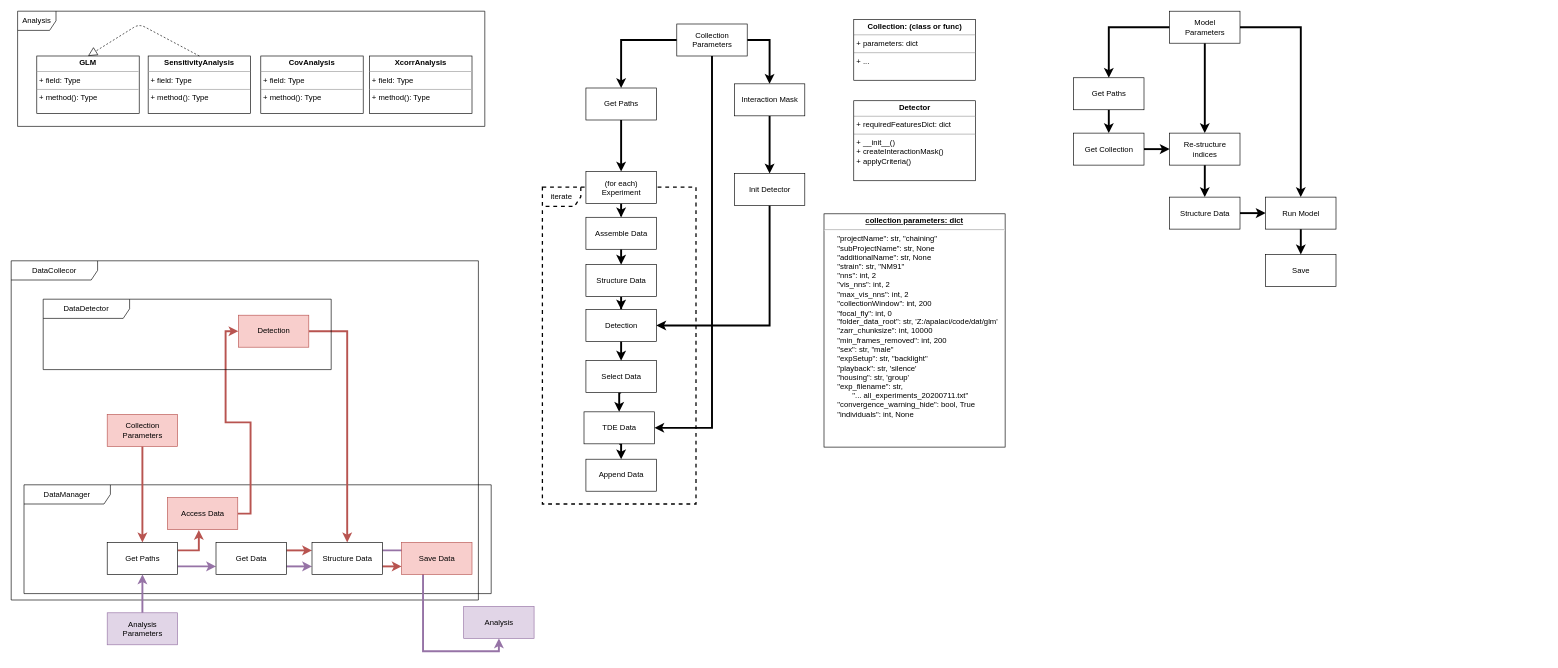
adpala/sandbox keeps this draw.io diagram as new_organization.drawio. Above is the earlier version. Source tidied: cells renumbered, new cells numbered last; positions are measured from the earlier drawing's top-left corner, leaving out a move shared by most shapes. Both pictures are drawn from the tidied source at 64%, with x=0, y=0 at pixel (11, 11).
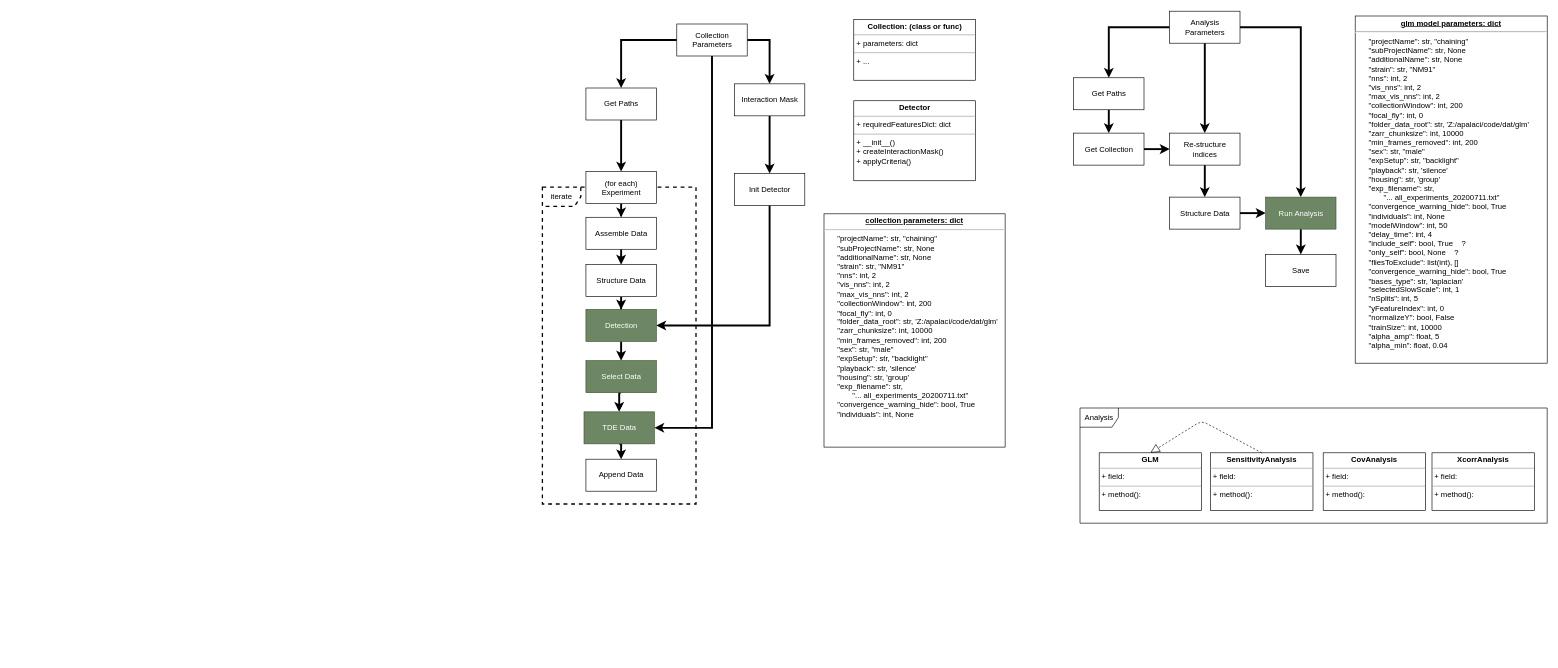
Above is the later version.

Diff of the diagram source:
```diff
@@
-    <mxCell id="3" value="DataCollecor" style="shape=umlFrame;whiteSpace=wrap;html=1;width=135;height=30;" parent="1" vertex="1">
-      <mxGeometry y="390" width="730" height="530" as="geometry" />
-    </mxCell>
-    <mxCell id="4" value="DataManager" style="shape=umlFrame;whiteSpace=wrap;html=1;width=135;height=30;" parent="1" vertex="1">
-      <mxGeometry x="20" y="740" width="730" height="170" as="geometry" />
-    </mxCell>
     <mxCell id="5" value="Analysis" style="shape=umlFrame;whiteSpace=wrap;html=1;" parent="1" vertex="1">
-      <mxGeometry x="10" width="730" height="180" as="geometry" />
+      <mxGeometry x="1670" y="620" width="730" height="180" as="geometry" />
     </mxCell>
-    <mxCell id="6" value="&lt;p style=&quot;margin: 0px ; margin-top: 4px ; text-align: center&quot;&gt;&lt;b&gt;GLM&lt;br&gt;&lt;/b&gt;&lt;/p&gt;&lt;hr size=&quot;1&quot;&gt;&lt;p style=&quot;margin: 0px ; margin-left: 4px&quot;&gt;+ field: Type&lt;/p&gt;&lt;hr size=&quot;1&quot;&gt;&lt;p style=&quot;margin: 0px ; margin-left: 4px&quot;&gt;+ method(): Type&lt;/p&gt;" style="verticalAlign=top;align=left;overflow=fill;fontSize=12;fontFamily=Helvetica;html=1;" parent="1" vertex="1">
-      <mxGeometry x="40" y="70" width="160" height="90" as="geometry" />
+    <mxCell id="6" value="&lt;p style=&quot;margin: 0px ; margin-top: 4px ; text-align: center&quot;&gt;&lt;b&gt;GLM&lt;br&gt;&lt;/b&gt;&lt;/p&gt;&lt;hr size=&quot;1&quot;&gt;&lt;p style=&quot;margin: 0px ; margin-left: 4px&quot;&gt;+ field: &lt;br&gt;&lt;/p&gt;&lt;hr size=&quot;1&quot;&gt;&lt;p style=&quot;margin: 0px ; margin-left: 4px&quot;&gt;+ method(): &lt;br&gt;&lt;/p&gt;" style="verticalAlign=top;align=left;overflow=fill;fontSize=12;fontFamily=Helvetica;html=1;" parent="1" vertex="1">
+      <mxGeometry x="1700" y="690" width="160" height="90" as="geometry" />
     </mxCell>
-    <mxCell id="7" value="&lt;p style=&quot;margin: 0px ; margin-top: 4px ; text-align: center&quot;&gt;&lt;b&gt;SensitivityAnalysis&lt;br&gt;&lt;/b&gt;&lt;/p&gt;&lt;hr size=&quot;1&quot;&gt;&lt;p style=&quot;margin: 0px ; margin-left: 4px&quot;&gt;+ field: Type&lt;/p&gt;&lt;hr size=&quot;1&quot;&gt;&lt;p style=&quot;margin: 0px ; margin-left: 4px&quot;&gt;+ method(): Type&lt;/p&gt;" style="verticalAlign=top;align=left;overflow=fill;fontSize=12;fontFamily=Helvetica;html=1;" parent="1" vertex="1">
-      <mxGeometry x="214" y="70" width="160" height="90" as="geometry" />
+    <mxCell id="7" value="&lt;p style=&quot;margin: 0px ; margin-top: 4px ; text-align: center&quot;&gt;&lt;b&gt;SensitivityAnalysis&lt;br&gt;&lt;/b&gt;&lt;/p&gt;&lt;hr size=&quot;1&quot;&gt;&lt;p style=&quot;margin: 0px ; margin-left: 4px&quot;&gt;+ field: &lt;br&gt;&lt;/p&gt;&lt;hr size=&quot;1&quot;&gt;&lt;p style=&quot;margin: 0px ; margin-left: 4px&quot;&gt;+ method(): &lt;br&gt;&lt;/p&gt;" style="verticalAlign=top;align=left;overflow=fill;fontSize=12;fontFamily=Helvetica;html=1;" parent="1" vertex="1">
+      <mxGeometry x="1874" y="690" width="160" height="90" as="geometry" />
     </mxCell>
-    <mxCell id="8" value="&lt;p style=&quot;margin: 0px ; margin-top: 4px ; text-align: center&quot;&gt;&lt;b&gt;CovAnalysis&lt;br&gt;&lt;/b&gt;&lt;/p&gt;&lt;hr size=&quot;1&quot;&gt;&lt;p style=&quot;margin: 0px ; margin-left: 4px&quot;&gt;+ field: Type&lt;/p&gt;&lt;hr size=&quot;1&quot;&gt;&lt;p style=&quot;margin: 0px ; margin-left: 4px&quot;&gt;+ method(): Type&lt;/p&gt;" style="verticalAlign=top;align=left;overflow=fill;fontSize=12;fontFamily=Helvetica;html=1;" parent="1" vertex="1">
-      <mxGeometry x="390" y="70" width="160" height="90" as="geometry" />
+    <mxCell id="8" value="&lt;p style=&quot;margin: 0px ; margin-top: 4px ; text-align: center&quot;&gt;&lt;b&gt;CovAnalysis&lt;br&gt;&lt;/b&gt;&lt;/p&gt;&lt;hr size=&quot;1&quot;&gt;&lt;p style=&quot;margin: 0px ; margin-left: 4px&quot;&gt;+ field: &lt;br&gt;&lt;/p&gt;&lt;hr size=&quot;1&quot;&gt;&lt;p style=&quot;margin: 0px ; margin-left: 4px&quot;&gt;+ method(): &lt;br&gt;&lt;/p&gt;" style="verticalAlign=top;align=left;overflow=fill;fontSize=12;fontFamily=Helvetica;html=1;" parent="1" vertex="1">
+      <mxGeometry x="2050" y="690" width="160" height="90" as="geometry" />
     </mxCell>
-    <mxCell id="9" value="&lt;p style=&quot;margin: 0px ; margin-top: 4px ; text-align: center&quot;&gt;&lt;b&gt;XcorrAnalysis&lt;br&gt;&lt;/b&gt;&lt;/p&gt;&lt;hr size=&quot;1&quot;&gt;&lt;p style=&quot;margin: 0px ; margin-left: 4px&quot;&gt;+ field: Type&lt;/p&gt;&lt;hr size=&quot;1&quot;&gt;&lt;p style=&quot;margin: 0px ; margin-left: 4px&quot;&gt;+ method(): Type&lt;/p&gt;" style="verticalAlign=top;align=left;overflow=fill;fontSize=12;fontFamily=Helvetica;html=1;" parent="1" vertex="1">
-      <mxGeometry x="560" y="70" width="160" height="90" as="geometry" />
+    <mxCell id="9" value="&lt;p style=&quot;margin: 0px ; margin-top: 4px ; text-align: center&quot;&gt;&lt;b&gt;XcorrAnalysis&lt;br&gt;&lt;/b&gt;&lt;/p&gt;&lt;hr size=&quot;1&quot;&gt;&lt;p style=&quot;margin: 0px ; margin-left: 4px&quot;&gt;+ field: &lt;br&gt;&lt;/p&gt;&lt;hr size=&quot;1&quot;&gt;&lt;p style=&quot;margin: 0px ; margin-left: 4px&quot;&gt;+ method(): &lt;br&gt;&lt;/p&gt;" style="verticalAlign=top;align=left;overflow=fill;fontSize=12;fontFamily=Helvetica;html=1;" parent="1" vertex="1">
+      <mxGeometry x="2220" y="690" width="160" height="90" as="geometry" />
     </mxCell>
     <mxCell id="10" style="endArrow=block;dashed=1;endFill=0;endSize=12;html=1;exitX=0.5;exitY=0;exitDx=0;exitDy=0;entryX=0.5;entryY=0;entryDx=0;entryDy=0;" parent="1" edge="1" source="7" target="6">
       <mxGeometry relative="1" as="geometry">
         <Array as="points">
-          <mxPoint x="200" y="20" />
+          <mxPoint x="1860" y="640" />
         </Array>
       </mxGeometry>
     </mxCell>
-    <mxCell id="11" style="edgeStyle=orthogonalEdgeStyle;rounded=0;jettySize=auto;html=1;fillColor=#f8cecc;strokeColor=#b85450;strokeWidth=3;" parent="1" edge="1" source="12" target="15">
-      <mxGeometry relative="1" as="geometry" />
-    </mxCell>
-    <mxCell id="12" value="&lt;div&gt;Collection&lt;br&gt;&lt;/div&gt;&lt;div&gt;Parameters&lt;/div&gt;" style="html=1;fillColor=#f8cecc;strokeColor=#b85450;" parent="1" vertex="1">
-      <mxGeometry x="150" y="630" width="110" height="50" as="geometry" />
-    </mxCell>
-    <mxCell id="13" style="edgeStyle=orthogonalEdgeStyle;rounded=0;jettySize=auto;html=1;entryX=0.447;entryY=1.013;entryDx=0;entryDy=0;exitX=1;exitY=0.25;exitDx=0;exitDy=0;entryPerimeter=0;fillColor=#f8cecc;strokeColor=#b85450;strokeWidth=3;" parent="1" edge="1" source="15" target="17">
-      <mxGeometry relative="1" as="geometry" />
-    </mxCell>
-    <mxCell id="14" style="edgeStyle=orthogonalEdgeStyle;rounded=0;jettySize=auto;html=1;exitX=1;exitY=0.75;exitDx=0;exitDy=0;strokeWidth=3;fillColor=#e1d5e7;strokeColor=#9673a6;entryX=0;entryY=0.75;entryDx=0;entryDy=0;" parent="1" edge="1" source="15" target="20">
-      <mxGeometry relative="1" as="geometry" />
-    </mxCell>
-    <mxCell id="15" value="Get Paths" style="html=1;" parent="1" vertex="1">
-      <mxGeometry x="150" y="830" width="110" height="50" as="geometry" />
-    </mxCell>
-    <mxCell id="16" style="edgeStyle=orthogonalEdgeStyle;rounded=0;jettySize=auto;html=1;exitX=1;exitY=0.5;exitDx=0;exitDy=0;entryX=0;entryY=0.5;entryDx=0;entryDy=0;fillColor=#f8cecc;strokeColor=#b85450;strokeWidth=3;" parent="1" edge="1" source="17" target="23">
-      <mxGeometry relative="1" as="geometry" />
-    </mxCell>
-    <mxCell id="17" value="Access Data" style="html=1;fillColor=#f8cecc;strokeColor=#b85450;" parent="1" vertex="1">
-      <mxGeometry x="244" y="760" width="110" height="50" as="geometry" />
-    </mxCell>
-    <mxCell id="18" style="edgeStyle=orthogonalEdgeStyle;rounded=0;jettySize=auto;html=1;exitX=1;exitY=0.25;exitDx=0;exitDy=0;entryX=0;entryY=0.25;entryDx=0;entryDy=0;strokeWidth=3;fillColor=#f8cecc;strokeColor=#b85450;" parent="1" edge="1" source="20" target="26">
-      <mxGeometry relative="1" as="geometry" />
-    </mxCell>
-    <mxCell id="19" style="edgeStyle=orthogonalEdgeStyle;rounded=0;jettySize=auto;html=1;exitX=1;exitY=0.75;exitDx=0;exitDy=0;entryX=0;entryY=0.75;entryDx=0;entryDy=0;strokeWidth=3;fillColor=#e1d5e7;strokeColor=#9673a6;" parent="1" edge="1" source="20" target="26">
-      <mxGeometry relative="1" as="geometry" />
-    </mxCell>
-    <mxCell id="20" value="Get Data" style="html=1;" parent="1" vertex="1">
-      <mxGeometry x="320" y="830" width="110" height="50" as="geometry" />
-    </mxCell>
-    <mxCell id="21" value="Analysis" style="html=1;fillColor=#e1d5e7;strokeColor=#9673a6;" parent="1" vertex="1">
-      <mxGeometry x="707" y="930" width="110" height="50" as="geometry" />
-    </mxCell>
-    <mxCell id="22" style="edgeStyle=orthogonalEdgeStyle;rounded=0;jettySize=auto;html=1;entryX=0.5;entryY=0;entryDx=0;entryDy=0;fillColor=#f8cecc;strokeColor=#b85450;strokeWidth=3;" parent="1" edge="1" source="23" target="26">
-      <mxGeometry relative="1" as="geometry" />
-    </mxCell>
-    <mxCell id="23" value="Detection" style="html=1;fillColor=#f8cecc;strokeColor=#b85450;" parent="1" vertex="1">
-      <mxGeometry x="355" y="475" width="110" height="50" as="geometry" />
-    </mxCell>
-    <mxCell id="24" style="edgeStyle=orthogonalEdgeStyle;rounded=0;jettySize=auto;html=1;exitX=1;exitY=0.75;exitDx=0;exitDy=0;entryX=0;entryY=0.75;entryDx=0;entryDy=0;fillColor=#f8cecc;strokeColor=#b85450;strokeWidth=3;" parent="1" edge="1" source="26" target="27">
-      <mxGeometry relative="1" as="geometry" />
-    </mxCell>
-    <mxCell id="25" style="edgeStyle=orthogonalEdgeStyle;rounded=0;jettySize=auto;html=1;exitX=1;exitY=0.25;exitDx=0;exitDy=0;entryX=0.5;entryY=1;entryDx=0;entryDy=0;strokeWidth=3;fillColor=#e1d5e7;strokeColor=#9673a6;" parent="1" edge="1" source="26" target="21">
-      <mxGeometry relative="1" as="geometry" />
-    </mxCell>
-    <mxCell id="26" value="Structure Data" style="html=1;" parent="1" vertex="1">
-      <mxGeometry x="470" y="830" width="110" height="50" as="geometry" />
-    </mxCell>
-    <mxCell id="27" value="Save Data" style="html=1;fillColor=#f8cecc;strokeColor=#b85450;" parent="1" vertex="1">
-      <mxGeometry x="610" y="830" width="110" height="50" as="geometry" />
-    </mxCell>
-    <mxCell id="28" style="edgeStyle=orthogonalEdgeStyle;rounded=0;jettySize=auto;html=1;exitX=0.5;exitY=0;exitDx=0;exitDy=0;entryX=0.5;entryY=1;entryDx=0;entryDy=0;strokeWidth=3;fillColor=#e1d5e7;strokeColor=#9673a6;" parent="1" edge="1" source="29" target="15">
-      <mxGeometry relative="1" as="geometry" />
-    </mxCell>
-    <mxCell id="29" value="&lt;div&gt;Analysis&lt;br&gt;&lt;/div&gt;&lt;div&gt;Parameters&lt;/div&gt;" style="html=1;fillColor=#e1d5e7;strokeColor=#9673a6;" parent="1" vertex="1">
-      <mxGeometry x="150" y="940" width="110" height="50" as="geometry" />
-    </mxCell>
-    <mxCell id="30" value="DataDetector" style="shape=umlFrame;whiteSpace=wrap;html=1;width=135;height=30;" parent="1" vertex="1">
-      <mxGeometry x="50" y="450" width="450" height="110" as="geometry" />
-    </mxCell>
@@
-    <mxCell id="50" value="Detection" style="html=1;" parent="1" vertex="1">
+    <mxCell id="50" value="Detection" style="html=1;fillColor=#6d8764;strokeColor=#3A5431;fontColor=#ffffff;" parent="1" vertex="1">
       <mxGeometry x="898" y="466" width="110" height="50" as="geometry" />
     </mxCell>
@@
-    <mxCell id="56" value="&lt;div&gt;Model&lt;br&gt;&lt;/div&gt;&lt;div&gt;Parameters&lt;/div&gt;" style="html=1;" parent="1" vertex="1">
+    <mxCell id="56" value="&lt;div&gt;Analysis&lt;br&gt;&lt;/div&gt;&lt;div&gt;Parameters&lt;/div&gt;" style="html=1;" parent="1" vertex="1">
       <mxGeometry x="1810" width="110" height="50" as="geometry" />
     </mxCell>
@@
-    <mxCell id="67" value="Run Model" style="html=1;" parent="1" vertex="1">
+    <mxCell id="67" value="Run Analysis" style="html=1;fillColor=#6d8764;strokeColor=#3A5431;fontColor=#ffffff;" parent="1" vertex="1">
       <mxGeometry x="1960" y="290.5" width="110" height="50" as="geometry" />
     </mxCell>
@@
-    <mxCell id="69" value="Select Data" style="html=1;" parent="1" vertex="1">
+    <mxCell id="69" value="Select Data" style="html=1;fillColor=#6d8764;strokeColor=#3A5431;fontColor=#ffffff;" parent="1" vertex="1">
       <mxGeometry x="898" y="546" width="110" height="50" as="geometry" />
     </mxCell>
@@
-    <mxCell id="71" value="TDE Data" style="html=1;" parent="1" vertex="1">
+    <mxCell id="71" value="TDE Data" style="html=1;fillColor=#6d8764;strokeColor=#3A5431;fontColor=#ffffff;" parent="1" vertex="1">
       <mxGeometry x="895" y="626" width="110" height="50" as="geometry" />
     </mxCell>
+    <mxCell id="72" value="&lt;p style=&quot;margin: 0px ; margin-top: 4px ; text-align: center ; text-decoration: underline&quot;&gt;&lt;b&gt;glm model parameters: dict&lt;br&gt;&lt;/b&gt;&lt;/p&gt;&lt;hr&gt;&lt;p style=&quot;margin: 0px ; margin-left: 8px&quot;&gt;&amp;nbsp;&amp;nbsp;&amp;nbsp; &quot;projectName&quot;: str, &quot;chaining&quot;&lt;br&gt;&amp;nbsp;&amp;nbsp;&amp;nbsp; &quot;subProjectName&quot;: str, None&lt;br&gt;&amp;nbsp;&amp;nbsp;&amp;nbsp; &quot;additionalName&quot;: str, None&lt;br&gt;&amp;nbsp;&amp;nbsp;&amp;nbsp; &quot;strain&quot;: str, &quot;NM91&quot;&lt;br&gt;&amp;nbsp;&amp;nbsp;&amp;nbsp; &quot;nns&quot;: int, 2&lt;br&gt;&amp;nbsp;&amp;nbsp;&amp;nbsp; &quot;vis_nns&quot;: int, 2&lt;br&gt;&amp;nbsp;&amp;nbsp;&amp;nbsp; &quot;max_vis_nns&quot;: int, 2&lt;br&gt;&amp;nbsp;&amp;nbsp;&amp;nbsp; &quot;collectionWindow&quot;: int, 200&lt;br&gt;&amp;nbsp;&amp;nbsp;&amp;nbsp; &quot;focal_fly&quot;: int, 0&lt;br&gt;&amp;nbsp;&amp;nbsp;&amp;nbsp; &quot;folder_data_root&quot;: str, 'Z:/apalaci/code/dat/glm'&lt;br&gt;&amp;nbsp;&amp;nbsp;&amp;nbsp; &quot;zarr_chunksize&quot;: int, 10000&lt;br&gt;&amp;nbsp;&amp;nbsp;&amp;nbsp; &quot;min_frames_removed&quot;: int, 200&lt;br&gt;&amp;nbsp;&amp;nbsp;&amp;nbsp; &quot;sex&quot;: str, &quot;male&quot;&lt;br&gt;&amp;nbsp;&amp;nbsp;&amp;nbsp; &quot;expSetup&quot;: str, &quot;backlight&quot;&lt;br&gt;&amp;nbsp;&amp;nbsp;&amp;nbsp; &quot;playback&quot;: str, 'silence'&lt;br&gt;&amp;nbsp;&amp;nbsp;&amp;nbsp; &quot;housing&quot;: str, 'group'&lt;br&gt;&amp;nbsp;&amp;nbsp;&amp;nbsp; &quot;exp_filename&quot;: str,&lt;br&gt;&lt;/p&gt;&lt;p style=&quot;margin: 0px ; margin-left: 8px&quot;&gt;&amp;nbsp;&amp;nbsp;&amp;nbsp;&amp;nbsp;&amp;nbsp;&amp;nbsp;&amp;nbsp;&amp;nbsp;&amp;nbsp;&amp;nbsp; &quot;... all_experiments_20200711.txt&quot;&lt;br&gt;&amp;nbsp;&amp;nbsp;&amp;nbsp; &quot;convergence_warning_hide&quot;: bool, True&lt;br&gt;&amp;nbsp;&amp;nbsp;&amp;nbsp; &quot;individuals&quot;: int, None&lt;/p&gt;&lt;p style=&quot;margin: 0px ; margin-left: 8px&quot;&gt;&amp;nbsp;&amp;nbsp;&amp;nbsp; &quot;modelWindow&quot;: int, 50&lt;/p&gt;&lt;p style=&quot;margin: 0px ; margin-left: 8px&quot;&gt;&amp;nbsp;&amp;nbsp;&amp;nbsp; &quot;delay_time&quot;: int, 4&lt;br&gt;&amp;nbsp;&amp;nbsp;&amp;nbsp; &quot;include_self&quot;: bool, True&amp;nbsp;&amp;nbsp;&amp;nbsp; ?&lt;br&gt;&amp;nbsp;&amp;nbsp;&amp;nbsp; &quot;only_self&quot;: bool, None&amp;nbsp;&amp;nbsp;&amp;nbsp; ?&lt;br&gt;&amp;nbsp;&amp;nbsp;&amp;nbsp; &quot;fliesToExclude&quot;: list(int), []&lt;br&gt;&amp;nbsp;&amp;nbsp;&amp;nbsp; &quot;convergence_warning_hide&quot;: bool, True&lt;br&gt;&amp;nbsp;&amp;nbsp;&amp;nbsp; &quot;bases_type&quot;: str, 'laplacian'&lt;br&gt;&amp;nbsp;&amp;nbsp;&amp;nbsp; &quot;selectedSlowScale&quot;: int, 1&lt;br&gt;&amp;nbsp;&amp;nbsp;&amp;nbsp; &quot;nSplits&quot;: int, 5&lt;br&gt;&amp;nbsp;&amp;nbsp;&amp;nbsp; &quot;yFeatureIndex&quot;: int, 0&lt;br&gt;&amp;nbsp;&amp;nbsp;&amp;nbsp; &quot;normalizeY&quot;: bool, False&lt;br&gt;&amp;nbsp;&amp;nbsp;&amp;nbsp; &quot;trainSize&quot;: int, 10000&lt;br&gt;&amp;nbsp;&amp;nbsp;&amp;nbsp; &quot;alpha_amp&quot;: float, 5&lt;br&gt;&amp;nbsp;&amp;nbsp;&amp;nbsp; &quot;alpha_min&quot;: float, 0.04&lt;br&gt;&lt;/p&gt;" style="verticalAlign=top;align=left;overflow=fill;fontSize=12;fontFamily=Helvetica;html=1;strokeWidth=1;" parent="1" vertex="1">
+      <mxGeometry x="2100" y="7.5" width="300" height="542.5" as="geometry" />
+    </mxCell>
```
